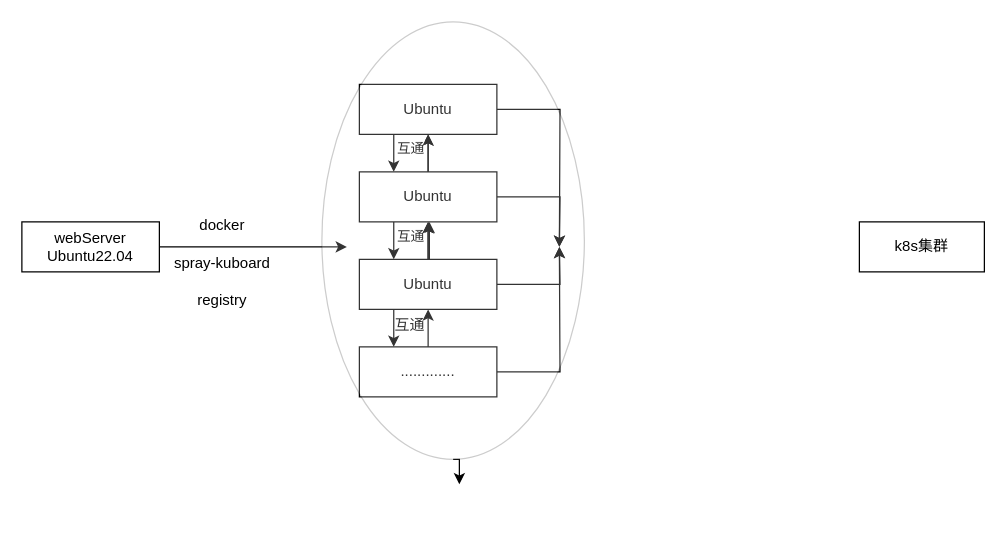
The draw.io diagram 未命名绘图.drawio in danche001/CMAK, before the edit. Source tidied: cells renumbered, new cells numbered last; positions are measured from the earlier drawing's top-left corner, leaving out a move shared by most shapes. Both pictures are drawn from the tidied source at 125%, with x=0, y=0 at pixel (21, 21).
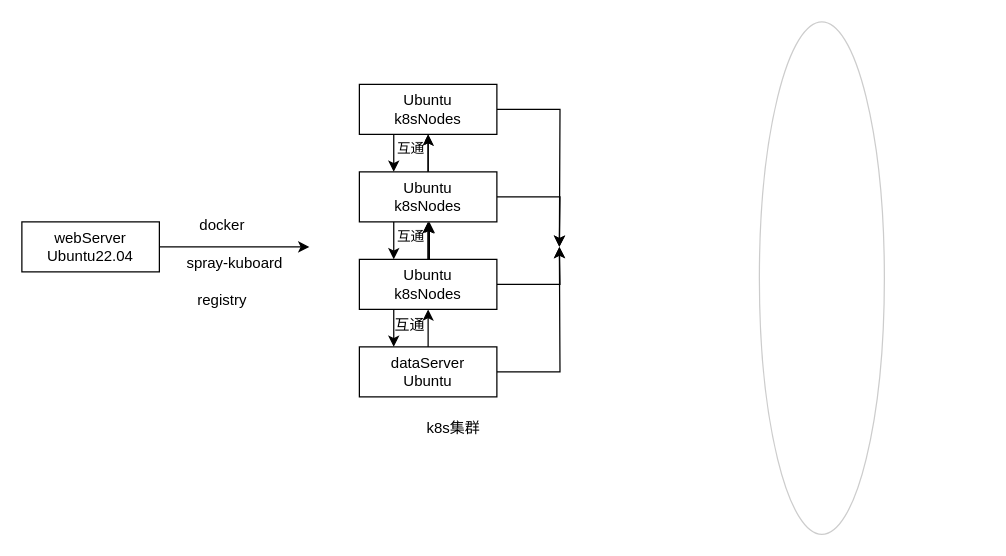
The same diagram, later.

Commit message:
更新未命名绘图.drawio

The change refers to these unchanged cells:
```xml
<mxCell id="24" value="webServer&lt;br&gt;Ubuntu22.04" style="rounded=0;whiteSpace=wrap;html=1;" parent="1" vertex="1">
  <mxGeometry y="160" width="110" height="40" as="geometry" />
</mxCell>
```

What changed in the source:
```diff
@@
-    <mxCell id="2" value="k8s集群" style="rounded=0;whiteSpace=wrap;html=1;" parent="1" vertex="1">
-      <mxGeometry x="670" y="160" width="100" height="40" as="geometry" />
-    </mxCell>
@@
-    <mxCell id="5" value="Ubuntu" style="rounded=0;whiteSpace=wrap;html=1;" parent="1" vertex="1">
+    <mxCell id="5" value="Ubuntu&lt;br&gt;k8sNodes" style="rounded=0;whiteSpace=wrap;html=1;" parent="1" vertex="1">
       <mxGeometry x="270" y="50" width="110" height="40" as="geometry" />
     </mxCell>
@@
-    <mxCell id="8" value="............." style="rounded=0;whiteSpace=wrap;html=1;" parent="1" vertex="1">
+    <mxCell id="8" value="dataServer&lt;br&gt;Ubuntu" style="rounded=0;whiteSpace=wrap;html=1;" parent="1" vertex="1">
       <mxGeometry x="270" y="260" width="110" height="40" as="geometry" />
     </mxCell>
@@
-    <mxCell id="15" value="Ubuntu" style="rounded=0;whiteSpace=wrap;html=1;" parent="1" vertex="1">
+    <mxCell id="15" value="Ubuntu&lt;br&gt;k8sNodes" style="rounded=0;whiteSpace=wrap;html=1;" parent="1" vertex="1">
       <mxGeometry x="270" y="190" width="110" height="40" as="geometry" />
     </mxCell>
@@
-    <mxCell id="21" value="Ubuntu" style="rounded=0;whiteSpace=wrap;html=1;" parent="1" vertex="1">
+    <mxCell id="21" value="Ubuntu&lt;br&gt;k8sNodes" style="rounded=0;whiteSpace=wrap;html=1;" parent="1" vertex="1">
       <mxGeometry x="270" y="120" width="110" height="40" as="geometry" />
     </mxCell>
@@
-    <mxCell id="23" style="edgeStyle=orthogonalEdgeStyle;rounded=0;jettySize=auto;html=1;" parent="1" edge="1" source="24">
-      <mxGeometry relative="1" as="geometry">
-        <mxPoint x="260" y="180" as="targetPoint" />
-      </mxGeometry>
-    </mxCell>
+    <mxCell id="30" style="edgeStyle=orthogonalEdgeStyle;rounded=0;jettySize=auto;html=1;" parent="1" edge="1" source="24">
+      <mxGeometry relative="1" as="geometry">
+        <mxPoint x="230" y="180" as="targetPoint" />
+      </mxGeometry>
+    </mxCell>
@@
     <mxCell id="26" value="spray-kuboard" style="text;html=1;align=center;verticalAlign=middle;strokeColor=none;fillColor=none;" parent="1" vertex="1">
-      <mxGeometry x="110" y="178" width="100" height="30" as="geometry" />
+      <mxGeometry x="120" y="178" width="100" height="30" as="geometry" />
     </mxCell>
@@
-    <mxCell id="28" style="edgeStyle=orthogonalEdgeStyle;rounded=0;jettySize=auto;html=1;exitX=0.5;exitY=1;exitDx=0;exitDy=0;" parent="1" edge="1" source="29">
-      <mxGeometry relative="1" as="geometry">
-        <mxPoint x="350" y="370" as="targetPoint" />
-      </mxGeometry>
-    </mxCell>
     <mxCell id="29" style="ellipse;whiteSpace=wrap;html=1;shadow=0;opacity=20;labelBorderColor=default;fontColor=#000000;" parent="1" vertex="1">
-      <mxGeometry x="240" width="210" height="350" as="geometry" />
+      <mxGeometry x="590" width="100" height="410" as="geometry" />
     </mxCell>
+    <mxCell id="2" value="k8s集群" style="text;html=1;align=center;verticalAlign=middle;strokeColor=none;fillColor=none;" parent="1" vertex="1">
+      <mxGeometry x="310" y="310" width="70" height="30" as="geometry" />
+    </mxCell>
```
